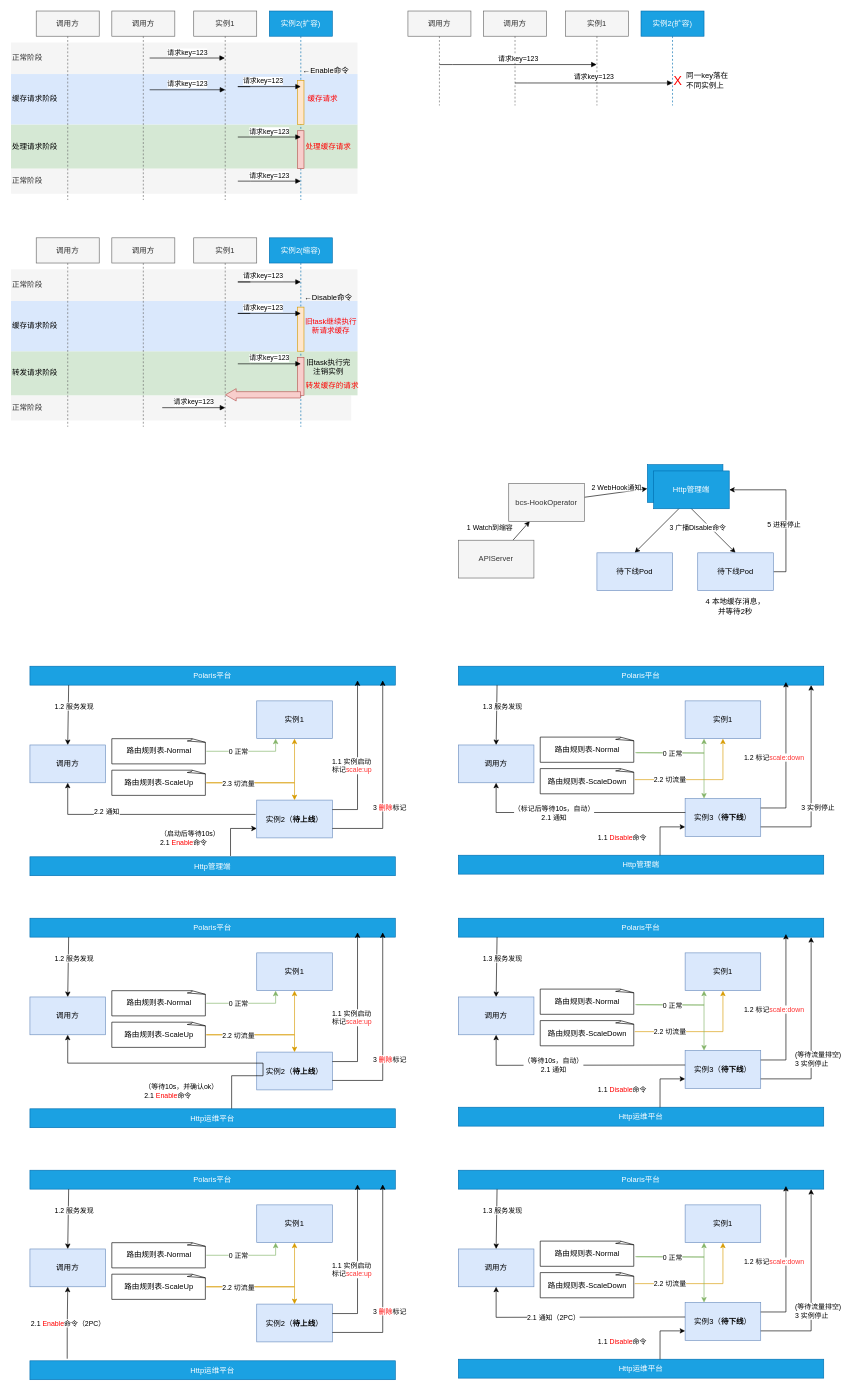
myfreejoey/picgo keeps this draw.io diagram as page "优雅机制" (4 of 6) of 业务上云.drawio. Above is the earlier version. Source tidied: cells renumbered, new cells numbered last; positions are measured from the earlier drawing's top-left corner, leaving out a move shared by most shapes. Both pictures are drawn from the tidied source at 63%, with x=0, y=0 at pixel (11, 11).
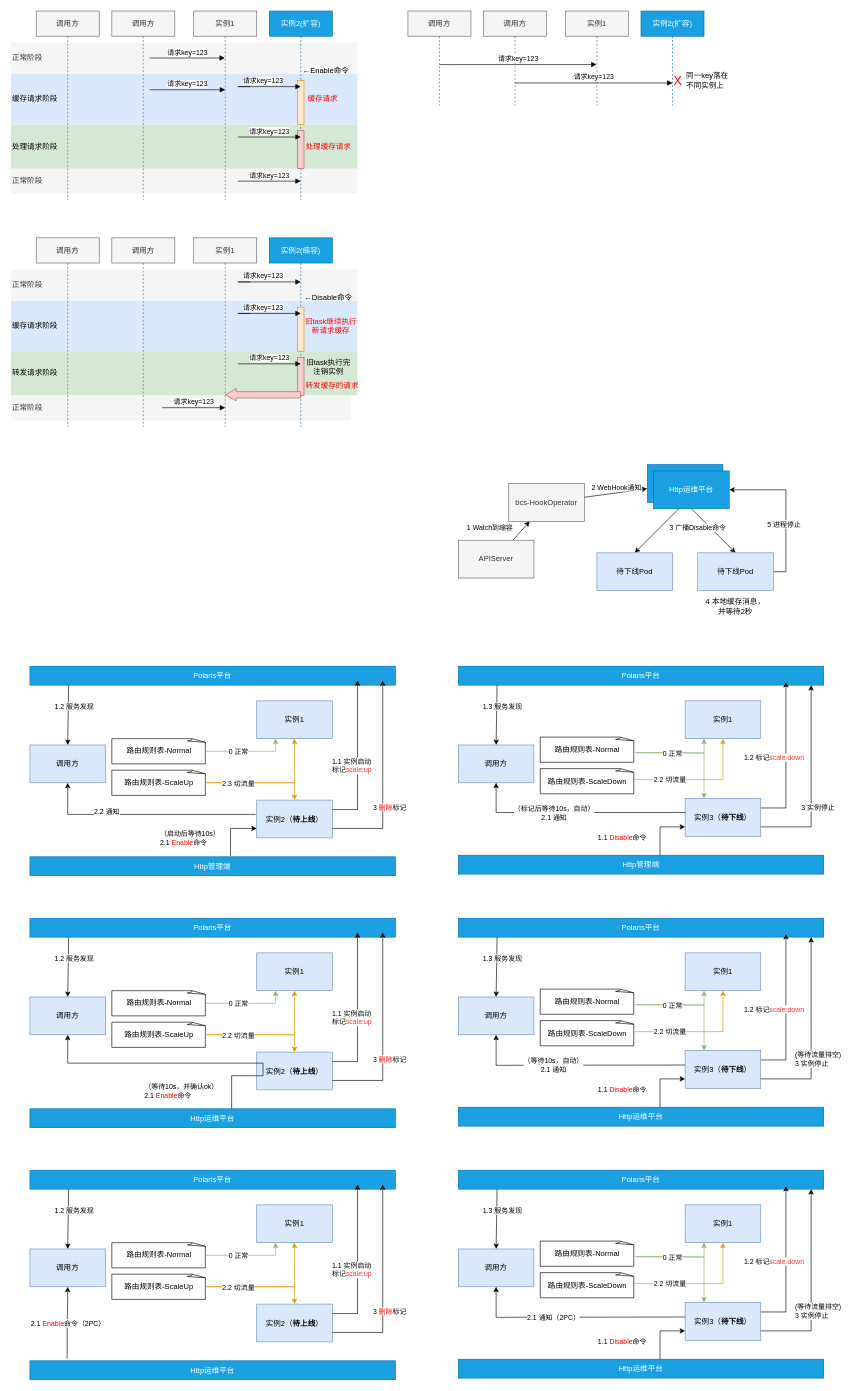
The same diagram, later.

Commit message:
更新业务上云.drawio

Diff of the diagram source:
```diff
@@
-    <mxCell id="78" value="Http管理端" style="rounded=0;whiteSpace=wrap;html=1;fillColor=#1ba1e2;strokeColor=#006EAF;fontColor=#ffffff;" parent="1" vertex="1">
+    <mxCell id="78" value="Http运维平台" style="rounded=0;whiteSpace=wrap;html=1;fillColor=#1ba1e2;strokeColor=#006EAF;fontColor=#ffffff;" parent="1" vertex="1">
       <mxGeometry x="1020" y="730" width="120" height="60" as="geometry" />
     </mxCell>
```
